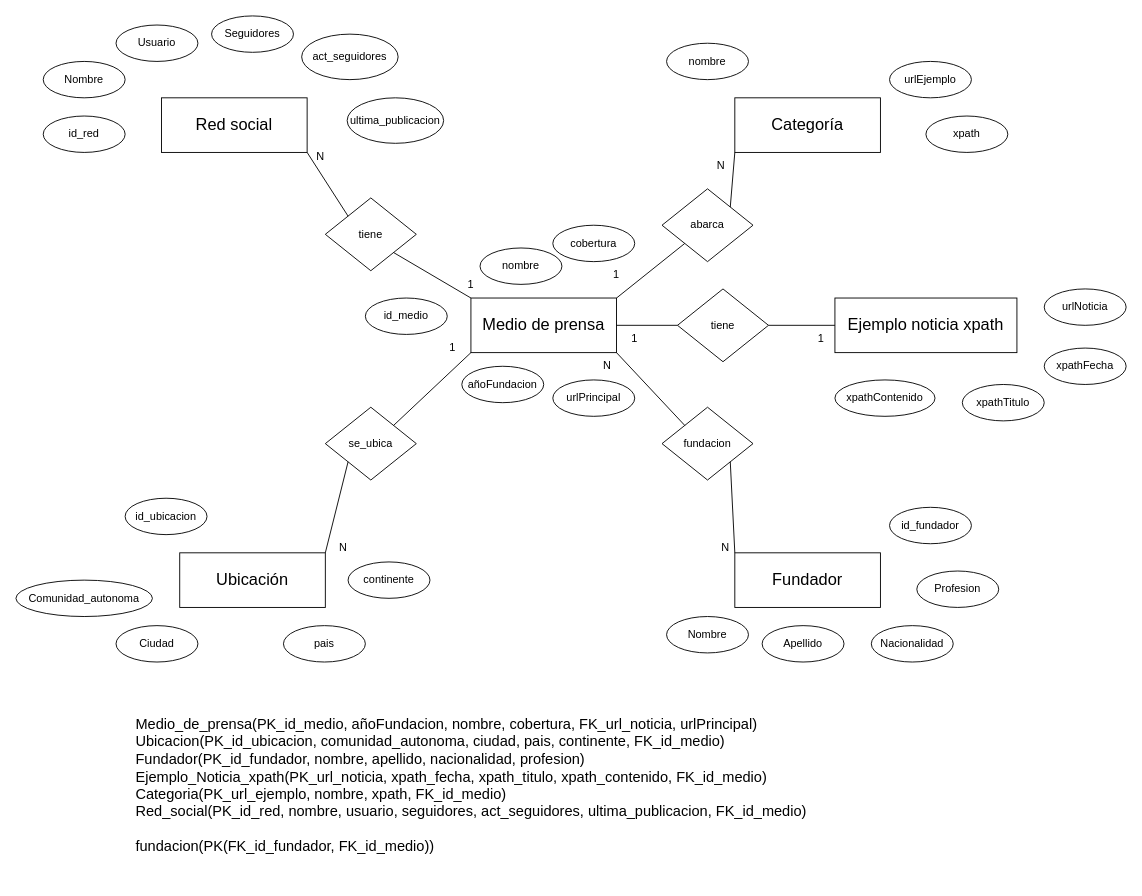
LuisPa197/INFO133-equipo01 keeps this draw.io diagram as Parte_A/Diagrama entidad-relacion.drawio. Above is the earlier version. Source tidied: cells renumbered, new cells numbered last; positions are measured from the earlier drawing's top-left corner, leaving out a move shared by most shapes. Both pictures are drawn from the tidied source at 91%, with x=0, y=0 at pixel (15, 15).
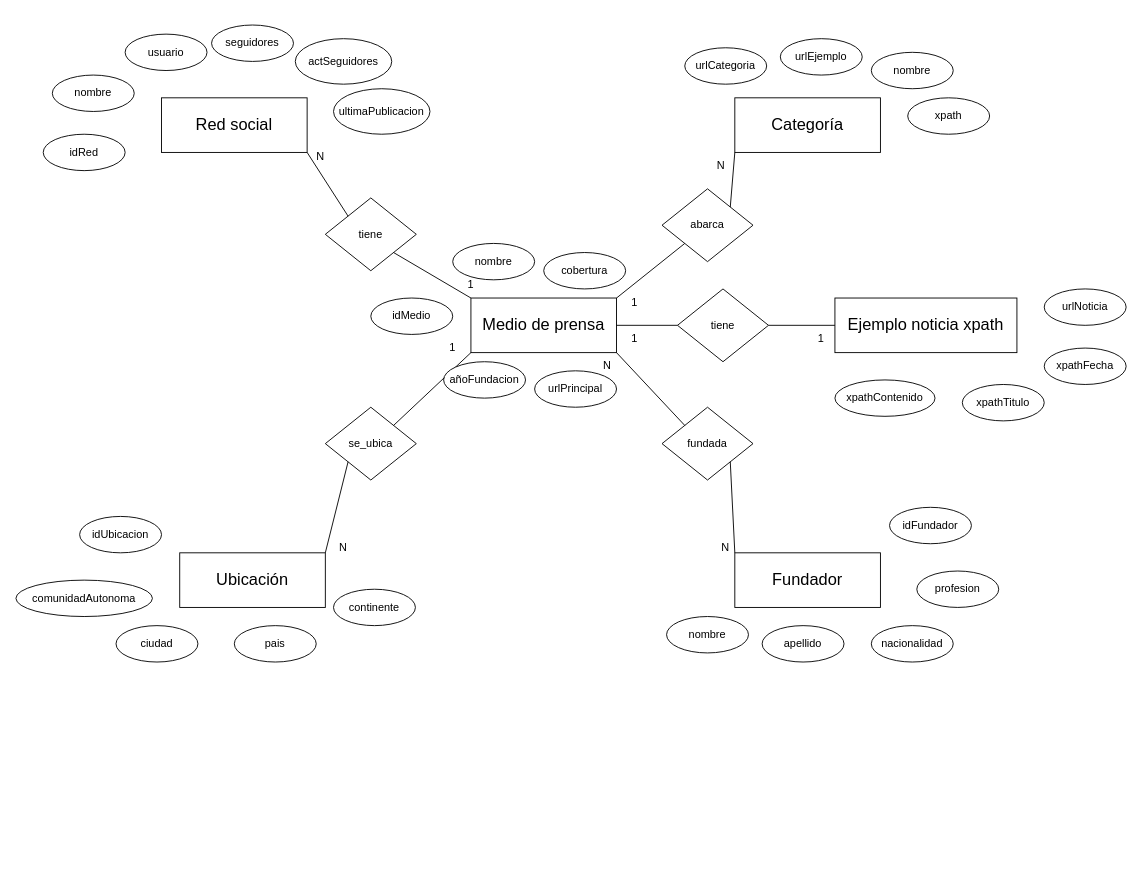
After the change.

What changed in the source:
```diff
@@
-    <mxCell id="10" value="fundacion" style="rhombus;whiteSpace=wrap;html=1;" parent="1" vertex="1">
+    <mxCell id="10" value="fundada" style="rhombus;whiteSpace=wrap;html=1;" parent="1" vertex="1">
       <mxGeometry x="710" y="430" width="100" height="80" as="geometry" />
     </mxCell>
@@
-    <mxCell id="19" value="Nombre" style="ellipse;whiteSpace=wrap;html=1;" parent="1" vertex="1">
+    <mxCell id="19" value="nombre" style="ellipse;whiteSpace=wrap;html=1;" parent="1" vertex="1">
       <mxGeometry x="715" y="660" width="90" height="40" as="geometry" />
     </mxCell>
-    <mxCell id="20" value="Apellido" style="ellipse;whiteSpace=wrap;html=1;" parent="1" vertex="1">
+    <mxCell id="20" value="apellido" style="ellipse;whiteSpace=wrap;html=1;" parent="1" vertex="1">
       <mxGeometry x="820" y="670" width="90" height="40" as="geometry" />
     </mxCell>
-    <mxCell id="21" value="Nombre" style="ellipse;whiteSpace=wrap;html=1;" parent="1" vertex="1">
-      <mxGeometry x="30" y="50" width="90" height="40" as="geometry" />
+    <mxCell id="21" value="nombre" style="ellipse;whiteSpace=wrap;html=1;" parent="1" vertex="1">
+      <mxGeometry x="40" y="65" width="90" height="40" as="geometry" />
     </mxCell>
-    <mxCell id="22" value="Usuario" style="ellipse;whiteSpace=wrap;html=1;" parent="1" vertex="1">
-      <mxGeometry x="110" y="10" width="90" height="40" as="geometry" />
+    <mxCell id="22" value="usuario" style="ellipse;whiteSpace=wrap;html=1;" parent="1" vertex="1">
+      <mxGeometry x="120" y="20" width="90" height="40" as="geometry" />
     </mxCell>
-    <mxCell id="23" value="Seguidores" style="ellipse;whiteSpace=wrap;html=1;" parent="1" vertex="1">
-      <mxGeometry x="215" width="90" height="40" as="geometry" />
+    <mxCell id="23" value="seguidores" style="ellipse;whiteSpace=wrap;html=1;" parent="1" vertex="1">
+      <mxGeometry x="215" y="10" width="90" height="40" as="geometry" />
     </mxCell>
-    <mxCell id="24" value="act_seguidores" style="ellipse;whiteSpace=wrap;html=1;" parent="1" vertex="1">
-      <mxGeometry x="314" y="20" width="106" height="50" as="geometry" />
+    <mxCell id="24" value="actSeguidores" style="ellipse;whiteSpace=wrap;html=1;" parent="1" vertex="1">
+      <mxGeometry x="307" y="25" width="106" height="50" as="geometry" />
     </mxCell>
     <mxCell id="25" value="nombre" style="ellipse;whiteSpace=wrap;html=1;" parent="1" vertex="1">
-      <mxGeometry x="715" y="30" width="90" height="40" as="geometry" />
+      <mxGeometry x="940" y="40" width="90" height="40" as="geometry" />
     </mxCell>
     <mxCell id="26" value="urlPrincipal" style="ellipse;whiteSpace=wrap;html=1;" parent="1" vertex="1">
-      <mxGeometry x="590" y="400" width="90" height="40" as="geometry" />
+      <mxGeometry x="570" y="390" width="90" height="40" as="geometry" />
     </mxCell>
     <mxCell id="27" value="urlEjemplo" style="ellipse;whiteSpace=wrap;html=1;" parent="1" vertex="1">
-      <mxGeometry x="960" y="50" width="90" height="40" as="geometry" />
+      <mxGeometry x="840" y="25" width="90" height="40" as="geometry" />
     </mxCell>
     <mxCell id="28" value="xpath" style="ellipse;whiteSpace=wrap;html=1;" parent="1" vertex="1">
-      <mxGeometry x="1000" y="110" width="90" height="40" as="geometry" />
+      <mxGeometry x="980" y="90" width="90" height="40" as="geometry" />
     </mxCell>
@@
-    <mxCell id="30" value="Comunidad_autonoma" style="ellipse;whiteSpace=wrap;html=1;" parent="1" vertex="1">
+    <mxCell id="30" value="comunidadAutonoma" style="ellipse;whiteSpace=wrap;html=1;" parent="1" vertex="1">
       <mxGeometry y="620" width="150" height="40" as="geometry" />
     </mxCell>
-    <mxCell id="31" value="Nacionalidad" style="ellipse;whiteSpace=wrap;html=1;" parent="1" vertex="1">
+    <mxCell id="31" value="nacionalidad" style="ellipse;whiteSpace=wrap;html=1;" parent="1" vertex="1">
       <mxGeometry x="940" y="670" width="90" height="40" as="geometry" />
     </mxCell>
-    <mxCell id="32" value="Profesion" style="ellipse;whiteSpace=wrap;html=1;" parent="1" vertex="1">
+    <mxCell id="32" value="profesion" style="ellipse;whiteSpace=wrap;html=1;" parent="1" vertex="1">
       <mxGeometry x="990" y="610" width="90" height="40" as="geometry" />
     </mxCell>
-    <mxCell id="33" value="Ciudad" style="ellipse;whiteSpace=wrap;html=1;" parent="1" vertex="1">
+    <mxCell id="33" value="ciudad" style="ellipse;whiteSpace=wrap;html=1;" parent="1" vertex="1">
       <mxGeometry x="110" y="670" width="90" height="40" as="geometry" />
     </mxCell>
@@
     <mxCell id="46" value="1" style="text;html=1;strokeColor=none;fillColor=none;align=center;verticalAlign=middle;whiteSpace=wrap;rounded=0;" parent="1" vertex="1">
-      <mxGeometry x="630" y="270" width="60" height="30" as="geometry" />
+      <mxGeometry x="650" y="300" width="60" height="30" as="geometry" />
     </mxCell>
@@
-    <mxCell id="51" value="ultima_publicacion" style="ellipse;whiteSpace=wrap;html=1;" parent="1" vertex="1">
-      <mxGeometry x="364" y="90" width="106" height="50" as="geometry" />
+    <mxCell id="51" value="ultimaPublicacion" style="ellipse;whiteSpace=wrap;html=1;" parent="1" vertex="1">
+      <mxGeometry x="349" y="80" width="106" height="50" as="geometry" />
     </mxCell>
-    <mxCell id="52" value="id_red" style="ellipse;whiteSpace=wrap;html=1;" parent="1" vertex="1">
-      <mxGeometry x="30" y="110" width="90" height="40" as="geometry" />
+    <mxCell id="52" value="idRed" style="ellipse;whiteSpace=wrap;html=1;" parent="1" vertex="1">
+      <mxGeometry x="30" y="130" width="90" height="40" as="geometry" />
     </mxCell>
-    <mxCell id="53" value="id_medio" style="ellipse;whiteSpace=wrap;html=1;" parent="1" vertex="1">
-      <mxGeometry x="384" y="310" width="90" height="40" as="geometry" />
+    <mxCell id="53" value="idMedio" style="ellipse;whiteSpace=wrap;html=1;" parent="1" vertex="1">
+      <mxGeometry x="390" y="310" width="90" height="40" as="geometry" />
     </mxCell>
     <mxCell id="54" value="nombre" style="ellipse;whiteSpace=wrap;html=1;" parent="1" vertex="1">
-      <mxGeometry x="510" y="255" width="90" height="40" as="geometry" />
+      <mxGeometry x="480" y="250" width="90" height="40" as="geometry" />
     </mxCell>
     <mxCell id="55" value="añoFundacion" style="ellipse;whiteSpace=wrap;html=1;" parent="1" vertex="1">
-      <mxGeometry x="490" y="385" width="90" height="40" as="geometry" />
+      <mxGeometry x="470" y="380" width="90" height="40" as="geometry" />
     </mxCell>
     <mxCell id="56" value="cobertura" style="ellipse;whiteSpace=wrap;html=1;" parent="1" vertex="1">
-      <mxGeometry x="590" y="230" width="90" height="40" as="geometry" />
+      <mxGeometry x="580" y="260" width="90" height="40" as="geometry" />
     </mxCell>
     <mxCell id="57" value="pais" style="ellipse;whiteSpace=wrap;html=1;" parent="1" vertex="1">
-      <mxGeometry x="294" y="670" width="90" height="40" as="geometry" />
+      <mxGeometry x="240" y="670" width="90" height="40" as="geometry" />
     </mxCell>
     <mxCell id="58" value="continente" style="ellipse;whiteSpace=wrap;html=1;" parent="1" vertex="1">
-      <mxGeometry x="365" y="600" width="90" height="40" as="geometry" />
+      <mxGeometry x="349" y="630" width="90" height="40" as="geometry" />
     </mxCell>
-    <mxCell id="59" value="id_fundador" style="ellipse;whiteSpace=wrap;html=1;" parent="1" vertex="1">
+    <mxCell id="59" value="idFundador" style="ellipse;whiteSpace=wrap;html=1;" parent="1" vertex="1">
       <mxGeometry x="960" y="540" width="90" height="40" as="geometry" />
     </mxCell>
-    <mxCell id="60" value="id_ubicacion" style="ellipse;whiteSpace=wrap;html=1;" parent="1" vertex="1">
-      <mxGeometry x="120" y="530" width="90" height="40" as="geometry" />
+    <mxCell id="60" value="idUbicacion" style="ellipse;whiteSpace=wrap;html=1;" parent="1" vertex="1">
+      <mxGeometry x="70" y="550" width="90" height="40" as="geometry" />
     </mxCell>
-    <mxCell id="61" value="&lt;div style=&quot;text-align: left;&quot;&gt;&lt;span style=&quot;font-size: medium; background-color: initial;&quot;&gt;Medio_de_prensa(PK_id_medio, añoFundacion, nombre, cobertura, FK_url_noticia, urlPrincipal)&lt;/span&gt;&lt;/div&gt;&lt;font size=&quot;3&quot;&gt;&lt;div style=&quot;text-align: left;&quot;&gt;&lt;span style=&quot;background-color: initial;&quot;&gt;Ubicacion(PK_id_ubicacion, comunidad_autonoma, ciudad, pais, continente, FK_id_medio)&lt;/span&gt;&lt;/div&gt;&lt;div style=&quot;text-align: left;&quot;&gt;&lt;span style=&quot;background-color: initial;&quot;&gt;Fundador(PK_id_fundador, nombre, apellido, nacionalidad, profesion)&lt;/span&gt;&lt;/div&gt;&lt;div style=&quot;text-align: left;&quot;&gt;Ejemplo_Noticia_xpath(PK_url_noticia, xpath_fecha, xpath_titulo, xpath_contenido, FK_id_medio)&lt;/div&gt;&lt;div style=&quot;text-align: left;&quot;&gt;Categoria(PK_url_ejemplo, nombre, xpath, FK_id_medio)&lt;/div&gt;&lt;div style=&quot;text-align: left;&quot;&gt;Red_social(PK_id_red, nombre, usuario, seguidores, act_seguidores, ultima_publicacion, FK_id_medio)&lt;/div&gt;&lt;div style=&quot;text-align: left;&quot;&gt;&lt;br&gt;&lt;/div&gt;&lt;div style=&quot;text-align: left;&quot;&gt;fundacion(PK(FK_id_fundador, FK_id_medio))&lt;/div&gt;&lt;br&gt;&lt;/font&gt;" style="text;html=1;align=center;verticalAlign=middle;strokeColor=none;fillColor=none;" parent="1" vertex="1">
-      <mxGeometry x="120" y="760" width="760" height="190" as="geometry" />
+    <mxCell id="61" value="&lt;div style=&quot;text-align: left;&quot;&gt;&lt;/div&gt;&lt;font size=&quot;3&quot;&gt;&lt;br&gt;&lt;/font&gt;" style="text;html=1;align=center;verticalAlign=middle;strokeColor=none;fillColor=none;" parent="1" vertex="1">
+      <mxGeometry x="490" y="840" width="20" height="30" as="geometry" />
     </mxCell>
+    <mxCell id="62" value="urlCategoria" style="ellipse;whiteSpace=wrap;html=1;" parent="1" vertex="1">
+      <mxGeometry x="735" y="35" width="90" height="40" as="geometry" />
+    </mxCell>
```
